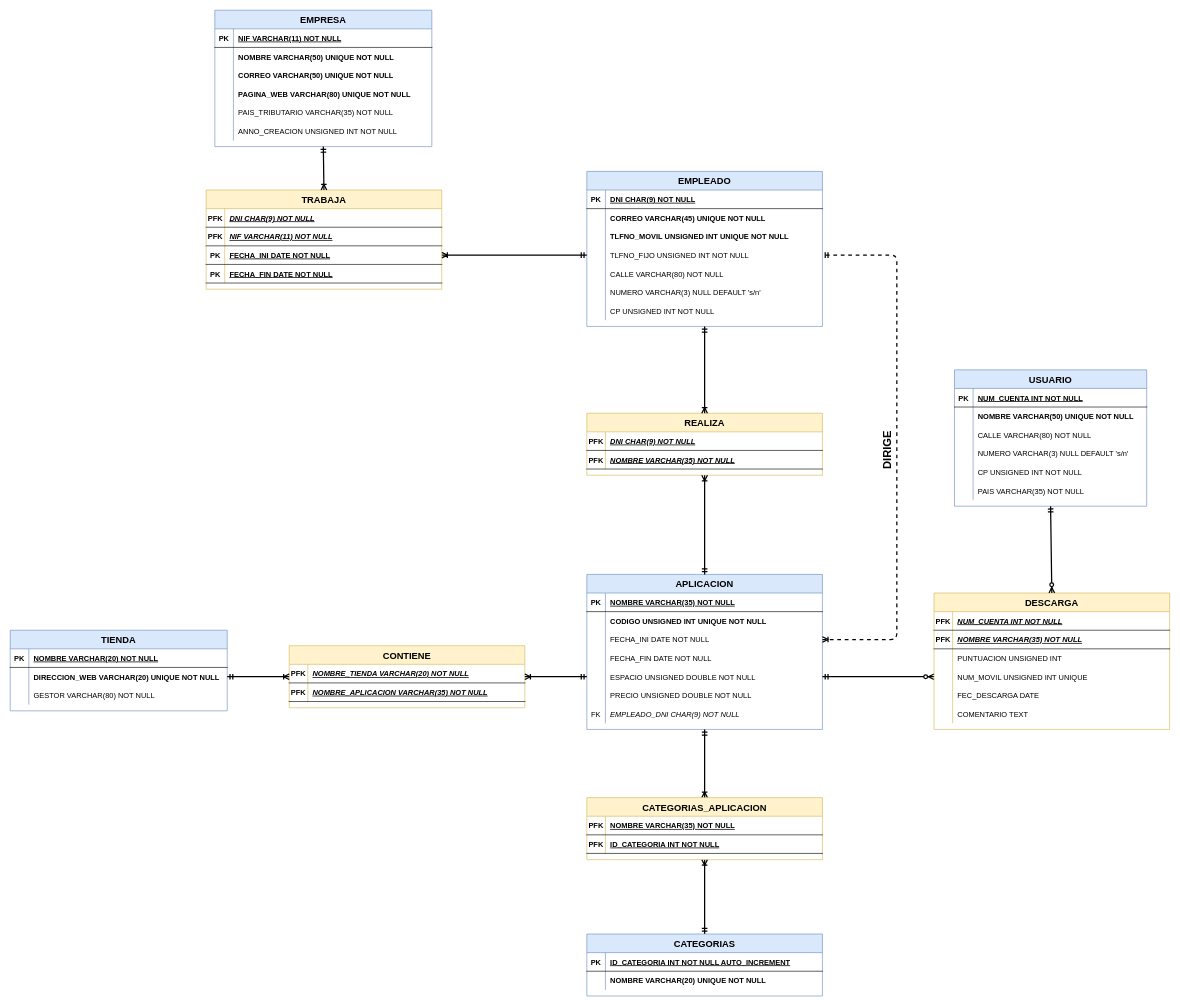
AlbertoUAH/Bases-de-datos-SQL keeps this draw.io diagram as DiagramaRelacional.drawio. Above is the earlier version. Source tidied: cells renumbered, new cells numbered last; positions are measured from the earlier drawing's top-left corner, leaving out a move shared by most shapes. Both pictures are drawn from the tidied source at 62%, with x=0, y=0 at pixel (10, 10).
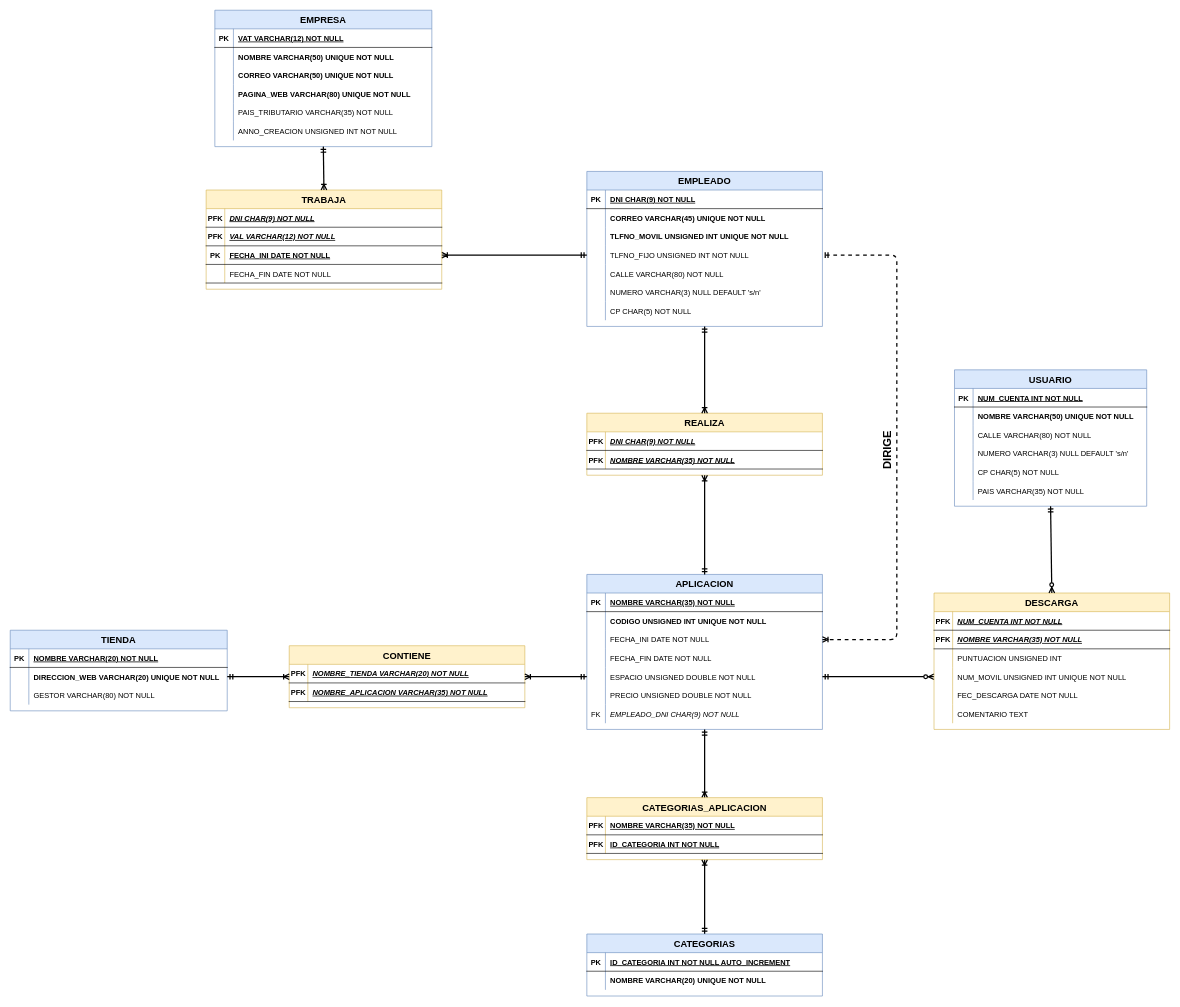
After the change.

Commit message (it also covers changes not shown here):
Cambios Modelo Relacional + Script SQL

The change refers to these unchanged cells:
```xml
<mxCell id="3" style="shape=partialRectangle;fillColor=none;top=0;left=0;right=0;bottom=1;" parent="2" vertex="1">
  <mxGeometry y="30" width="350" height="30" as="geometry" />
</mxCell>
<mxCell id="40" style="shape=partialRectangle;fillColor=none;top=0;left=0;right=0;bottom=0;" parent="21" vertex="1">
  <mxGeometry y="210" width="380" height="30" as="geometry" />
</mxCell>
<mxCell id="100" style="shape=partialRectangle;fillColor=none;top=0;left=0;right=0;bottom=1;" parent="96" vertex="1">
  <mxGeometry y="60" width="380" height="30" as="geometry" />
</mxCell>
<mxCell id="106" style="shape=partialRectangle;fillColor=none;top=0;left=0;right=0;bottom=1;" parent="96" vertex="1">
  <mxGeometry y="120" width="380" height="30" as="geometry" />
</mxCell>
<mxCell id="121" style="shape=partialRectangle;fillColor=none;points=[[0,0.5],[1,0.5]];portConstraint=eastwest;top=0;left=0;right=0;bottom=0;" parent="111" vertex="1">
  <mxGeometry y="120" width="380" height="30" as="geometry" />
</mxCell>
<mxCell id="124" style="shape=partialRectangle;fillColor=none;top=0;left=0;right=0;bottom=0;" parent="111" vertex="1">
  <mxGeometry y="150" width="380" height="30" as="geometry" />
</mxCell>
<mxCell id="143" style="shape=partialRectangle;fillColor=none;top=0;left=0;right=0;bottom=0;" parent="130" vertex="1">
  <mxGeometry y="150" width="310" height="30" as="geometry" />
</mxCell>
```

What changed in the source:
```diff
@@
-    <mxCell id="5" value="NIF VARCHAR(11) NOT NULL" style="shape=partialRectangle;overflow=hidden;fillColor=none;top=0;left=0;bottom=0;right=0;align=left;spacingLeft=6;fontStyle=5;" parent="3" vertex="1">
+    <mxCell id="5" value="VAT VARCHAR(12) NOT NULL" style="shape=partialRectangle;overflow=hidden;fillColor=none;top=0;left=0;bottom=0;right=0;align=left;spacingLeft=6;fontStyle=5;" parent="3" vertex="1">
       <mxGeometry x="30" width="320" height="30" as="geometry" />
     </mxCell>
@@
-    <mxCell id="42" value="CP UNSIGNED INT NOT NULL" style="shape=partialRectangle;overflow=hidden;fillColor=none;top=0;left=0;bottom=0;right=0;align=left;spacingLeft=6;" parent="40" vertex="1">
+    <mxCell id="42" value="CP CHAR(5) NOT NULL" style="shape=partialRectangle;overflow=hidden;fillColor=none;top=0;left=0;bottom=0;right=0;align=left;spacingLeft=6;" parent="40" vertex="1">
       <mxGeometry x="30" width="350" height="30" as="geometry" />
     </mxCell>
@@
-    <mxCell id="102" value="NIF VARCHAR(11) NOT NULL" style="shape=partialRectangle;overflow=hidden;fillColor=none;top=0;left=0;bottom=0;right=0;align=left;spacingLeft=6;fontStyle=7;" parent="100" vertex="1">
+    <mxCell id="102" value="VAL VARCHAR(12) NOT NULL" style="shape=partialRectangle;overflow=hidden;fillColor=none;top=0;left=0;bottom=0;right=0;align=left;spacingLeft=6;fontStyle=7;" parent="100" vertex="1">
       <mxGeometry x="30" width="350" height="30" as="geometry" />
     </mxCell>
@@
-    <mxCell id="107" value="PK" style="shape=partialRectangle;overflow=hidden;fillColor=none;top=0;left=0;bottom=0;right=0;fontStyle=1;" parent="106" vertex="1">
+    <mxCell id="107" style="shape=partialRectangle;overflow=hidden;fillColor=none;top=0;left=0;bottom=0;right=0;fontStyle=1;" parent="106" vertex="1">
       <mxGeometry width="30" height="30" as="geometry" />
     </mxCell>
-    <mxCell id="108" value="FECHA_FIN DATE NOT NULL" style="shape=partialRectangle;overflow=hidden;fillColor=none;top=0;left=0;bottom=0;right=0;align=left;spacingLeft=6;fontStyle=5;" parent="106" vertex="1">
+    <mxCell id="108" value="FECHA_FIN DATE NOT NULL" style="shape=partialRectangle;overflow=hidden;fillColor=none;top=0;left=0;bottom=0;right=0;align=left;spacingLeft=6;fontStyle=0;" parent="106" vertex="1">
       <mxGeometry x="30" width="350" height="30" as="geometry" />
     </mxCell>
@@
-    <mxCell id="123" value="NUM_MOVIL UNSIGNED INT UNIQUE" style="shape=partialRectangle;overflow=hidden;fillColor=none;top=0;left=0;bottom=0;right=0;align=left;spacingLeft=6;fontStyle=0;" parent="121" vertex="1">
+    <mxCell id="123" value="NUM_MOVIL UNSIGNED INT UNIQUE NOT NULL" style="shape=partialRectangle;overflow=hidden;fillColor=none;top=0;left=0;bottom=0;right=0;align=left;spacingLeft=6;fontStyle=0;" parent="121" vertex="1">
       <mxGeometry x="30" width="350" height="30" as="geometry" />
     </mxCell>
@@
-    <mxCell id="126" value="FEC_DESCARGA DATE" style="shape=partialRectangle;overflow=hidden;fillColor=none;top=0;left=0;bottom=0;right=0;align=left;spacingLeft=6;" parent="124" vertex="1">
+    <mxCell id="126" value="FEC_DESCARGA DATE NOT NULL" style="shape=partialRectangle;overflow=hidden;fillColor=none;top=0;left=0;bottom=0;right=0;align=left;spacingLeft=6;" parent="124" vertex="1">
       <mxGeometry x="30" width="350" height="30" as="geometry" />
     </mxCell>
@@
-    <mxCell id="145" value="CP UNSIGNED INT NOT NULL" style="shape=partialRectangle;overflow=hidden;fillColor=none;top=0;left=0;bottom=0;right=0;align=left;spacingLeft=6;" parent="143" vertex="1">
+    <mxCell id="145" value="CP CHAR(5) NOT NULL" style="shape=partialRectangle;overflow=hidden;fillColor=none;top=0;left=0;bottom=0;right=0;align=left;spacingLeft=6;" parent="143" vertex="1">
       <mxGeometry x="30" width="280" height="30" as="geometry" />
     </mxCell>
```
